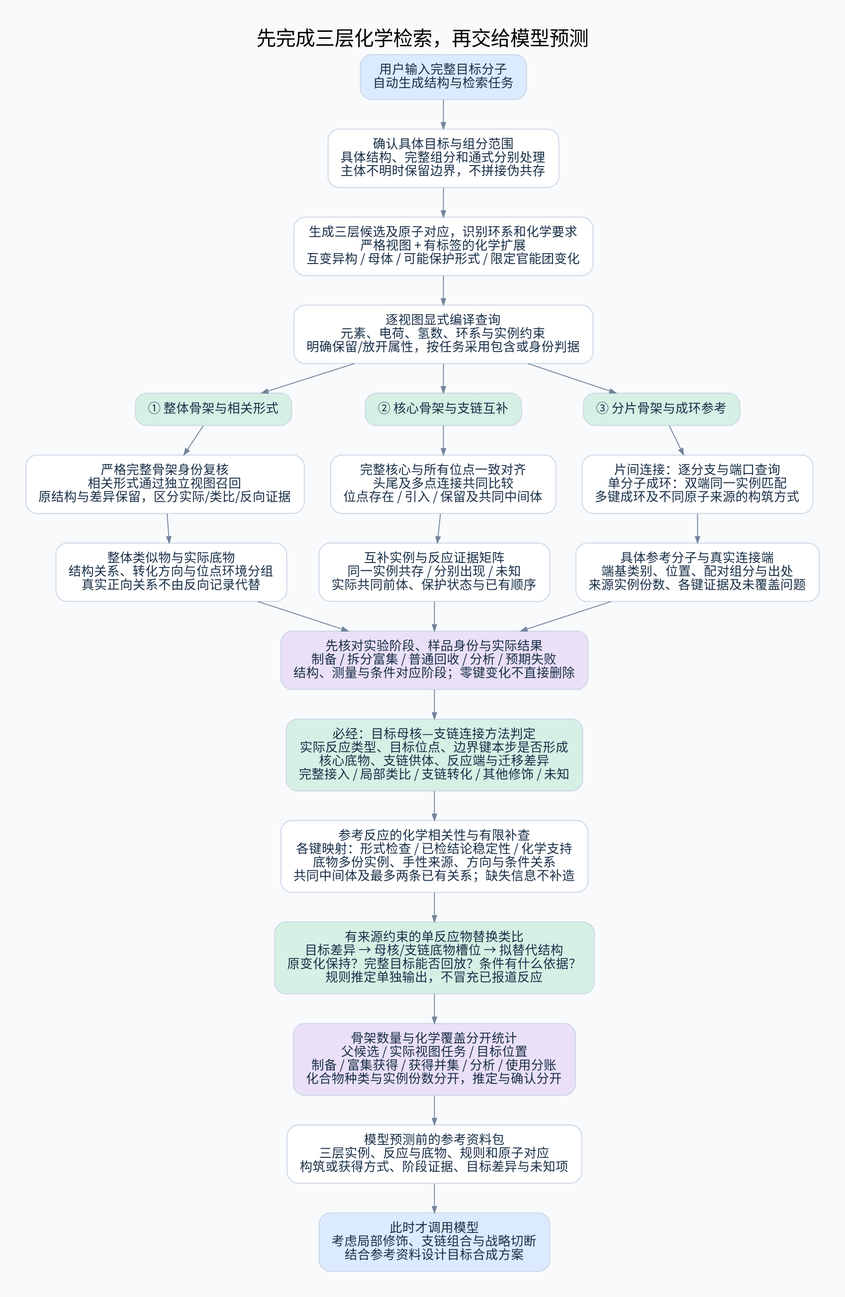
Before: diagrams/scaffold-search.png, a diagram exported from Graphviz (825728139/substructure_search). Its source is kept beside it as diagrams/scaffold-search.dot.
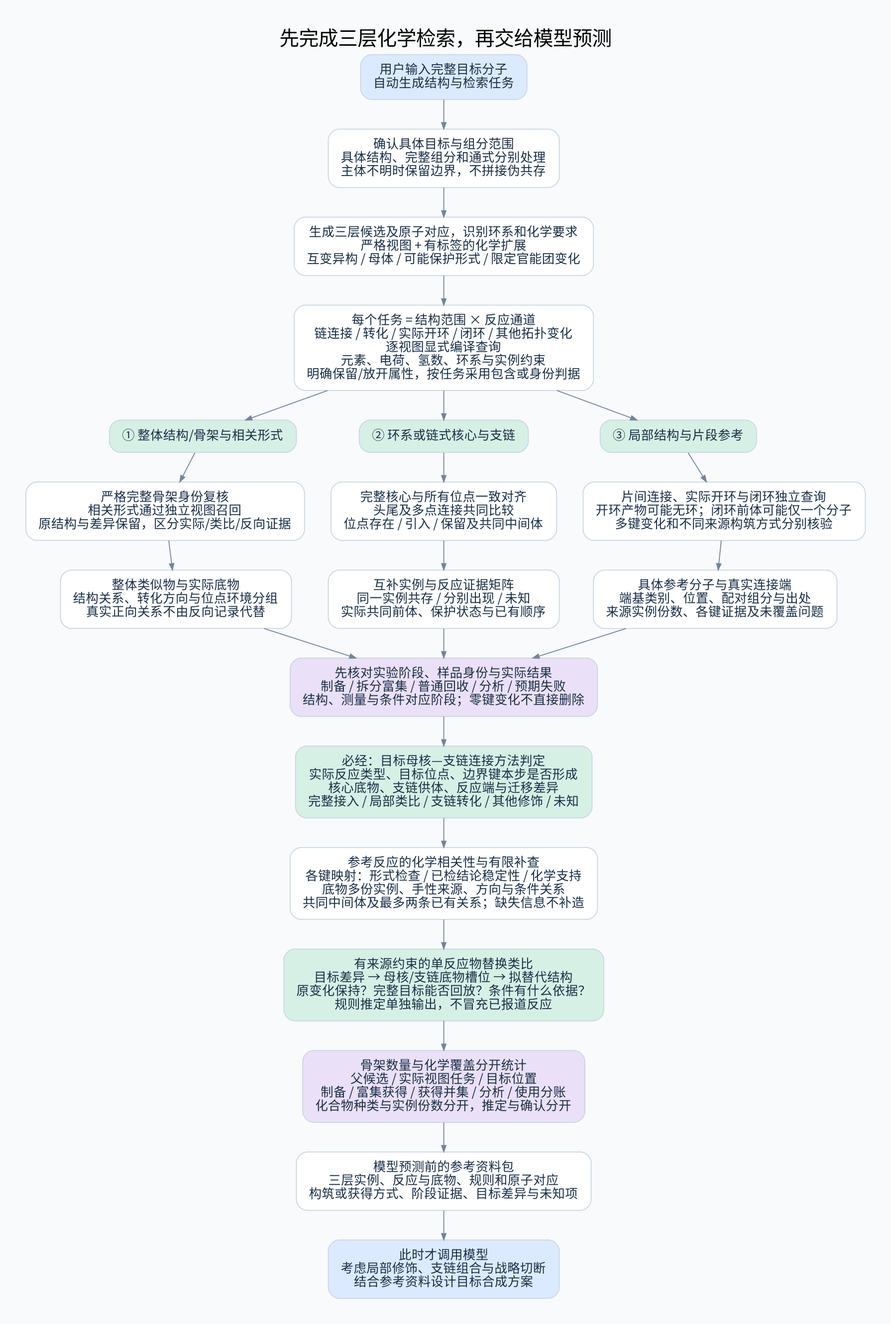
After the change.

The edit, as a diff of the source:
```diff
@@ -10,18 +10,18 @@
 b [label="生成三层候选及原子对应，识别环系和化学要求
 严格视图 + 有标签的化学扩展
 互变异构 / 母体 / 可能保护形式 / 限定官能团变化"];
-g [label="① 整体骨架与相关形式", fillcolor="#D6F0E5"];
-c [label="② 核心骨架与支链互补", fillcolor="#D6F0E5"];
-f [label="③ 分片骨架与成环参考", fillcolor="#D6F0E5"];
+g [label="① 整体结构/骨架与相关形式", fillcolor="#D6F0E5"];
+c [label="② 环系或链式核心与支链", fillcolor="#D6F0E5"];
+f [label="③ 局部结构与片段参考", fillcolor="#D6F0E5"];
 g1 [label="严格完整骨架身份复核
 相关形式通过独立视图召回
 原结构与差异保留，区分实际/类比/反向证据"];
 c1 [label="完整核心与所有位点一致对齐
 头尾及多点连接共同比较
 位点存在 / 引入 / 保留及共同中间体"];
-f1 [label="片间连接：逐分支与端口查询
-单分子成环：双端同一实例匹配
-多键成环及不同原子来源的构筑方式"];
+f1 [label="片间连接、实际开环与闭环独立查询
+开环产物可能无环；闭环前体可能仅一个分子
+多键变化和不同来源构筑方式分别核验"];
 g2 [label="整体类似物与实际底物
 结构关系、转化方向与位点环境分组
 真实正向关系不由反向记录代替"];
@@ -52,7 +52,9 @@
 具体结构、完整组分和通式分别处理
 主体不明时保留边界，不拼接伪共存"];
 a -> input_scope -> b;
-compiled [label="逐视图显式编译查询
+compiled [label="每个任务 = 结构范围 × 反应通道
+链连接 / 转化 / 实际开环 / 闭环 / 其他拓扑变化
+逐视图显式编译查询
 元素、电荷、氢数、环系与实例约束
 明确保留/放开属性，按任务采用包含或身份判据"];
 b -> compiled; compiled -> g; compiled -> c; compiled -> f;
```
